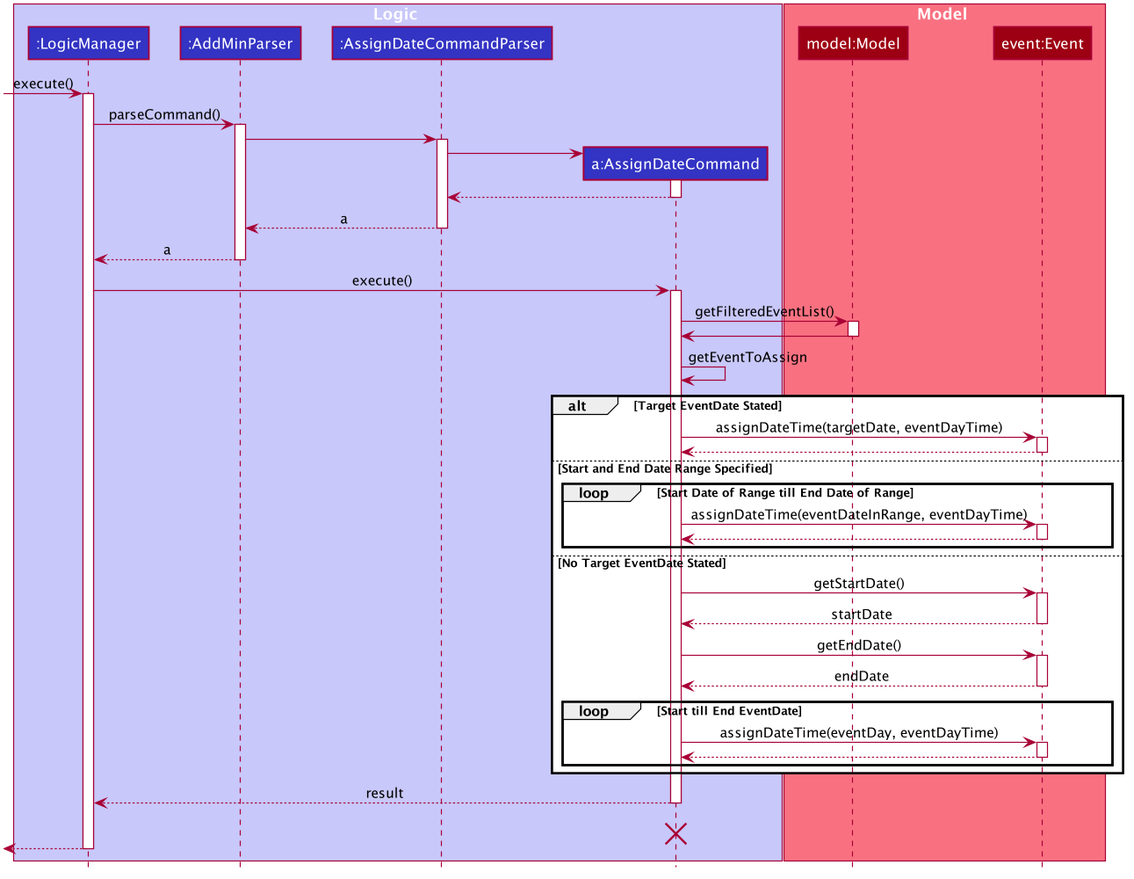
This is docs/images/SetDateTimeSequenceDiagram.png from nus-cs2103-AY1920S1/addressbook-level3, a PlantUML export, as it was before one commit. The source it was exported from:
```plantuml
@startuml








skinparam BackgroundColor #FFFFFFF

skinparam Shadowing false

skinparam Class {
    FontColor #FFFFFF
    BorderThickness 1
    BorderColor #FFFFFF
    StereotypeFontColor #FFFFFF
    FontName Arial
}

skinparam Actor {
    BorderColor #000000
    Color #000000
    FontName Arial
}

skinparam Sequence {
    MessageAlign center
    BoxFontSize 15
    BoxPadding 0
    BoxFontColor #FFFFFF
    FontName Arial
}

skinparam Participant {
    FontColor #FFFFFFF
    Padding 20
}

skinparam MinClassWidth 50
skinparam ParticipantPadding 10
skinparam Shadowing false
skinparam DefaultTextAlignment center
skinparam packageStyle Rectangle

hide footbox
hide members
hide circle

box Logic #C8C8FA
participant ":LogicManager" as LogicManager #3333C4
participant ":AddMinParser" as AddMinParser #3333C4
participant ":AssignDateCommandParser" as AssignDateCommandParser #3333C4
participant "a:AssignDateCommand" as AssignDateCommand #3333C4
end box

box Model #F97181
participant "model:Model" as Model #9D0012
participant "event:Event" as Event #9D0012
end box

[-> LogicManager : execute()
activate LogicManager


LogicManager -> AddMinParser : parseCommand()
activate AddMinParser

AddMinParser -> AssignDateCommandParser
activate AssignDateCommandParser

create AssignDateCommand
AssignDateCommandParser -> AssignDateCommand
activate AssignDateCommand

AssignDateCommand --> AssignDateCommandParser
deactivate AssignDateCommand

AssignDateCommandParser --> AddMinParser : a
deactivate AssignDateCommandParser

AddMinParser --> LogicManager : a
deactivate AddMinParser

LogicManager -> AssignDateCommand : execute()
activate AssignDateCommand

AssignDateCommand -> Model : getFilteredEventList()
activate Model

Model -> AssignDateCommand :
deactivate Model

AssignDateCommand -> AssignDateCommand: getEventToAssign
    alt Target EventDate Stated
    AssignDateCommand -> Event: assignDateTime(targetDate, eventDayTime)
    activate Event

    Event --> AssignDateCommand:
    deactivate Event

    else Start and End Date Range Specified
        loop Start Date of Range till End Date of Range
        AssignDateCommand -> Event: assignDateTime(eventDateInRange, eventDayTime)
        activate Event

        Event --> AssignDateCommand:
        deactivate
        end

    else No Target EventDate Stated
        AssignDateCommand -> Event: getStartDate()
        activate Event

        Event --> AssignDateCommand: startDate
        deactivate

        AssignDateCommand -> Event: getEndDate()
        activate Event

        Event --> AssignDateCommand: endDate
        deactivate

        loop Start till End EventDate
        AssignDateCommand -> Event: assignDateTime(eventDay, eventDayTime)
        activate Event

        Event --> AssignDateCommand:
        deactivate

        end
    end

AssignDateCommand --> LogicManager : result
deactivate AssignDateCommand
AssignDateCommand -[hidden]-> LogicManager : result
destroy AssignDateCommand

[<--LogicManager
deactivate LogicManager
@enduml
```
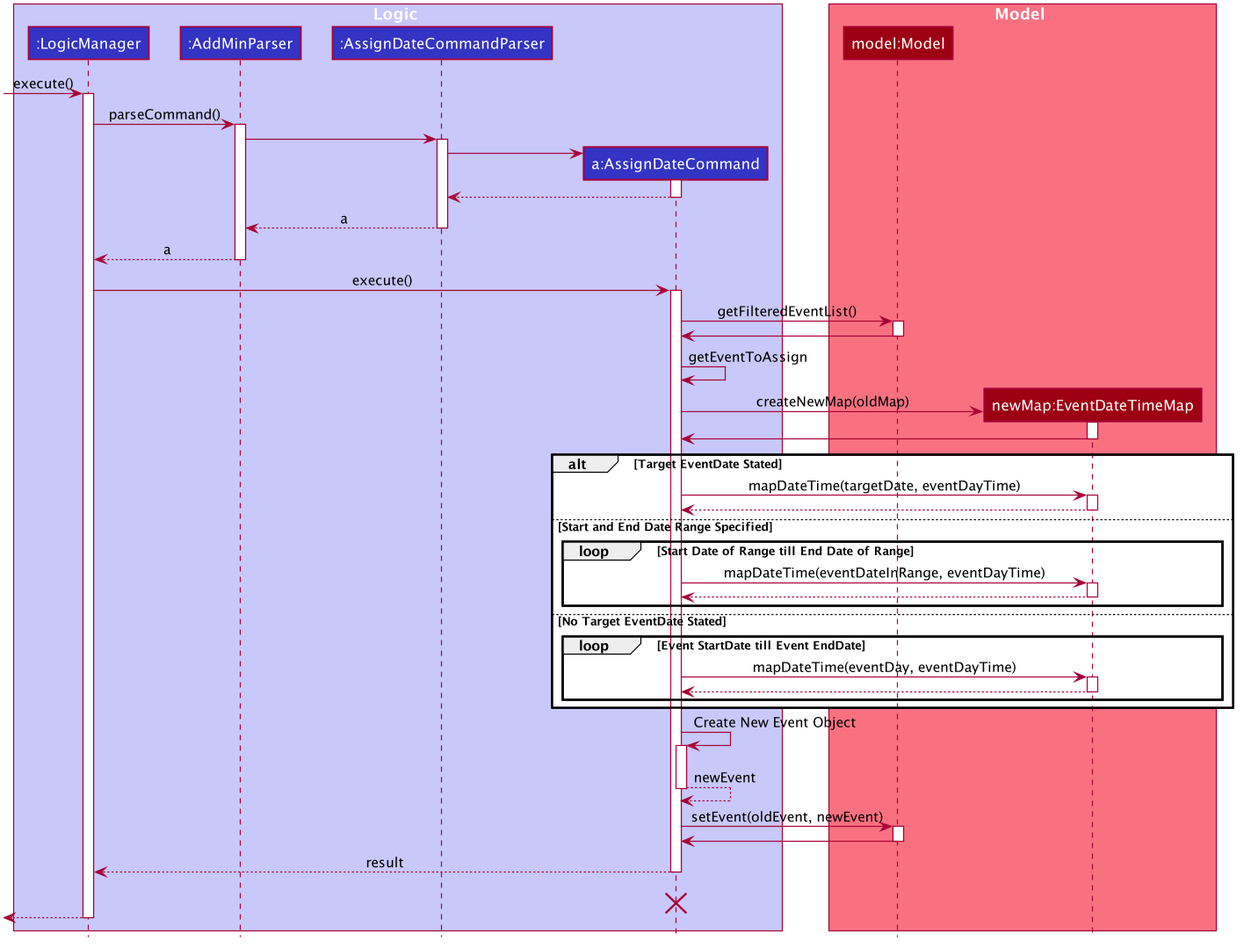
After the commit.

The edit, as a diff of the source:
```diff
@@ -57,7 +57,7 @@
 
 box Model #F97181
 participant "model:Model" as Model #9D0012
-participant "event:Event" as Event #9D0012
+participant "newMap:EventDateTimeMap" as EventDateTimeMap #9D0012
 end box
 
 [-> LogicManager : execute()
@@ -93,44 +93,48 @@
 deactivate Model
 
 AssignDateCommand -> AssignDateCommand: getEventToAssign
+
+AssignDateCommand -> EventDateTimeMap ** : createNewMap(oldMap)
+activate EventDateTimeMap
+
+EventDateTimeMap -> AssignDateCommand
+deactivate EventDateTimeMap
+
     alt Target EventDate Stated
-    AssignDateCommand -> Event: assignDateTime(targetDate, eventDayTime)
-    activate Event
+    AssignDateCommand -> EventDateTimeMap: mapDateTime(targetDate, eventDayTime)
+    activate EventDateTimeMap
 
-    Event --> AssignDateCommand:
-    deactivate Event
+    EventDateTimeMap --> AssignDateCommand:
+    deactivate EventDateTimeMap
 
     else Start and End Date Range Specified
         loop Start Date of Range till End Date of Range
-        AssignDateCommand -> Event: assignDateTime(eventDateInRange, eventDayTime)
-        activate Event
+        AssignDateCommand -> EventDateTimeMap: mapDateTime(eventDateInRange, eventDayTime)
+        activate EventDateTimeMap
 
-        Event --> AssignDateCommand:
+        EventDateTimeMap --> AssignDateCommand:
         deactivate
         end
 
     else No Target EventDate Stated
-        AssignDateCommand -> Event: getStartDate()
-        activate Event
+        loop Event StartDate till Event EndDate
+        AssignDateCommand -> EventDateTimeMap: mapDateTime(eventDay, eventDayTime)
+        activate EventDateTimeMap
 
-        Event --> AssignDateCommand: startDate
-        deactivate
-
-        AssignDateCommand -> Event: getEndDate()
-        activate Event
-
-        Event --> AssignDateCommand: endDate
-        deactivate
-
-        loop Start till End EventDate
-        AssignDateCommand -> Event: assignDateTime(eventDay, eventDayTime)
-        activate Event
-
-        Event --> AssignDateCommand:
+        EventDateTimeMap --> AssignDateCommand:
         deactivate
 
         end
     end
+
+AssignDateCommand -> AssignDateCommand ++ : Create New Event Object
+return newEvent
+
+AssignDateCommand -> Model: setEvent(oldEvent, newEvent)
+activate Model
+
+Model -> AssignDateCommand
+deactivate Model
 
 AssignDateCommand --> LogicManager : result
 deactivate AssignDateCommand
```
